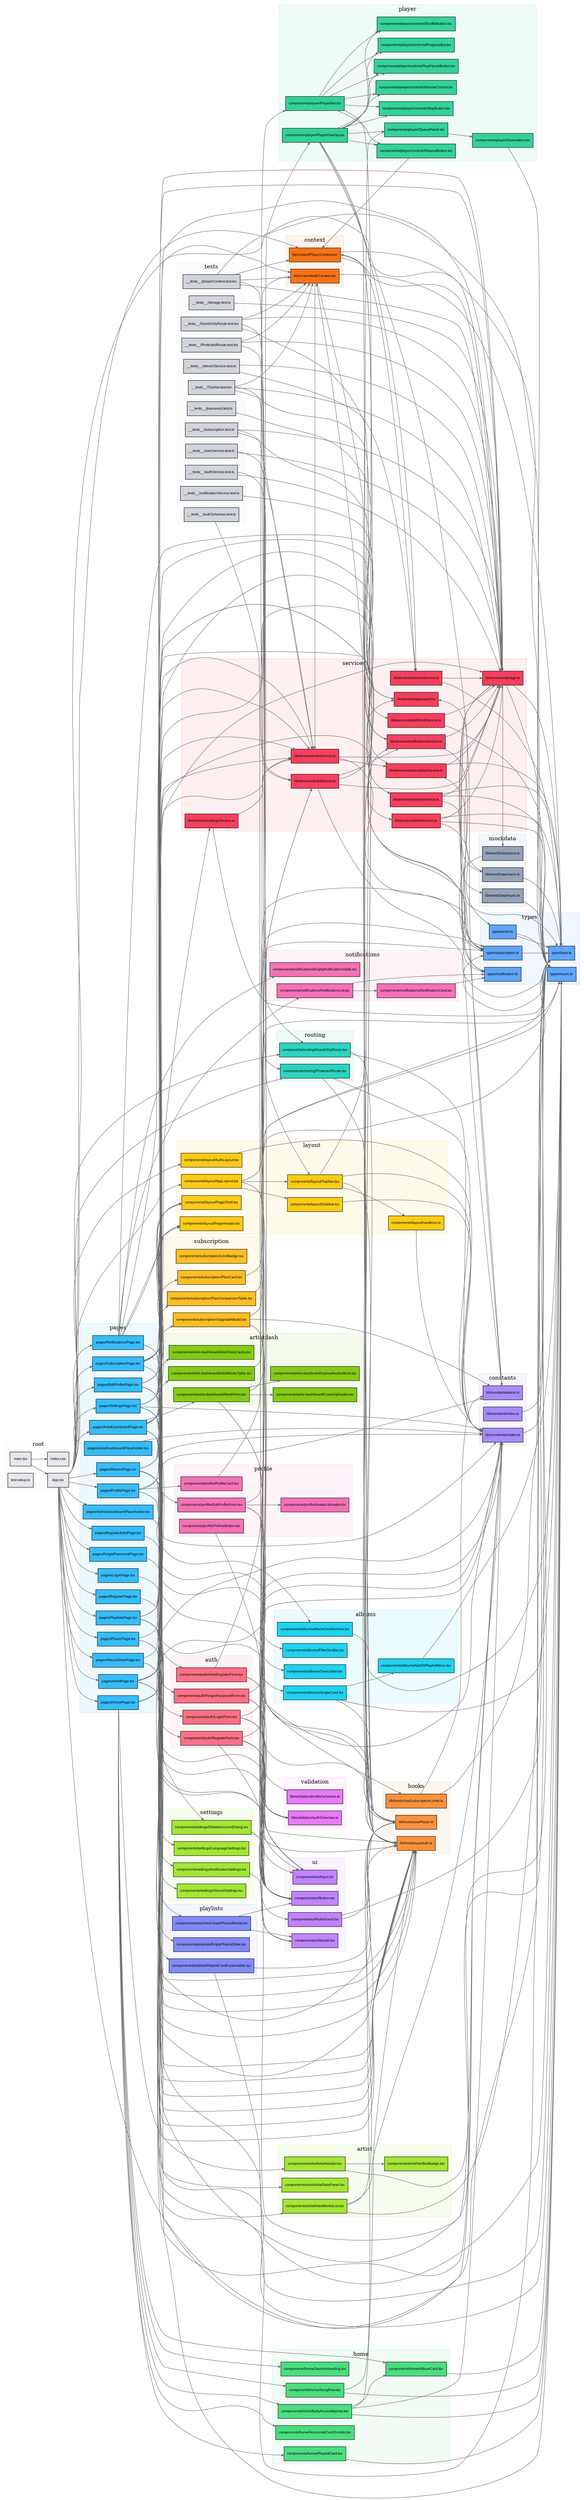
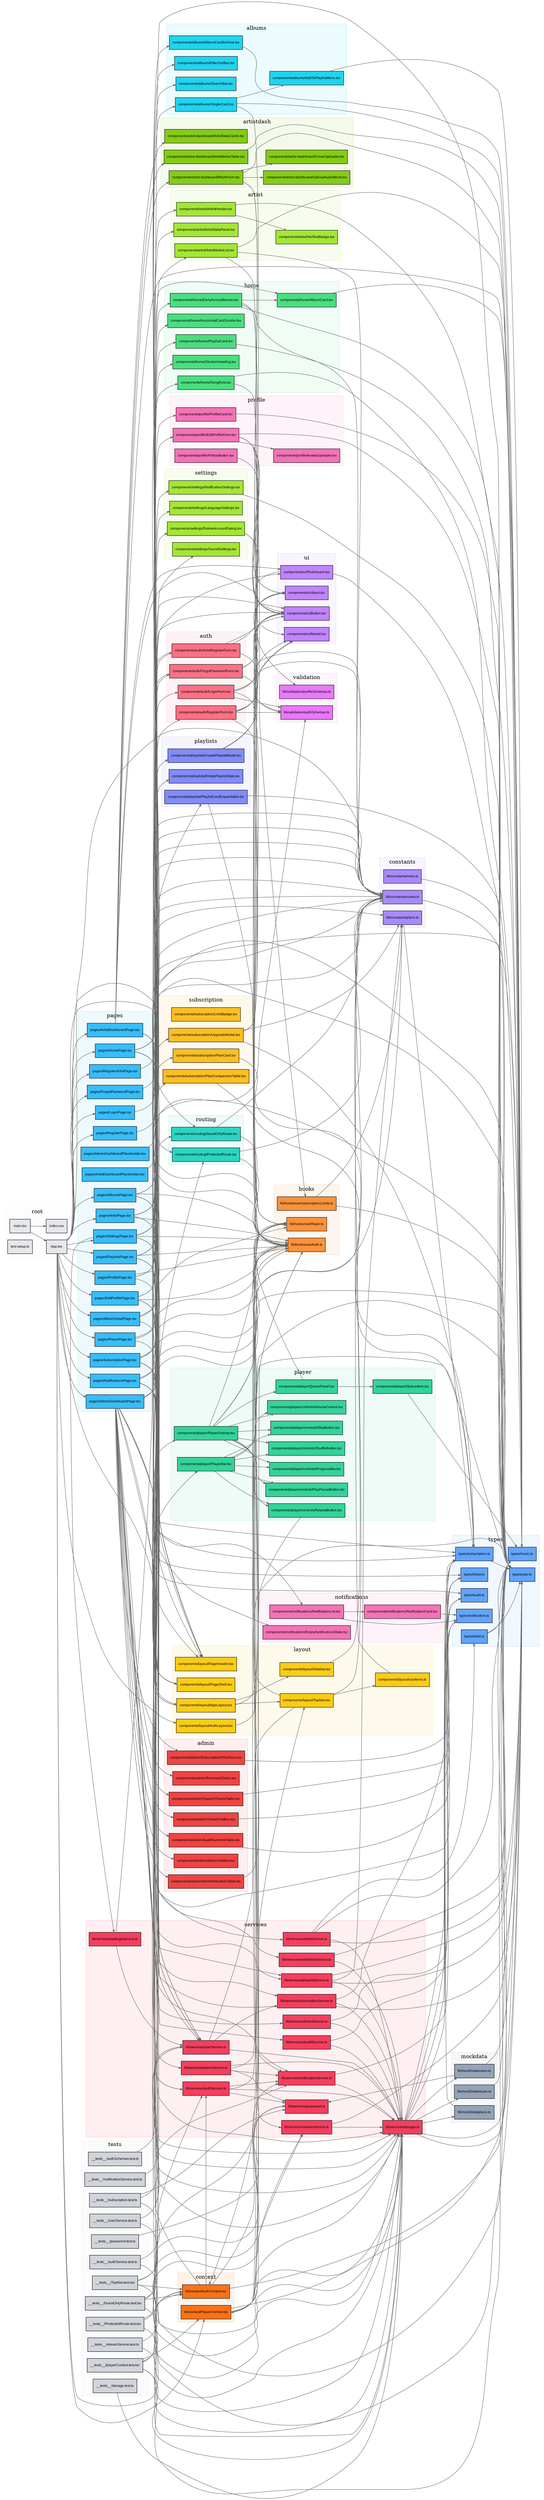
digraph G {
  rankdir=LR;
  node [shape=box, style=filled, fontname="Arial", fontsize=9];
  edge [color="#666666", arrowsize=0.6];
  compound=true;

  subgraph cluster_root {
    label="root";
    style=filled;
    color="#e5e7eb40";
    fillcolor="#e5e7eb15";
    "App.tsx" [fillcolor="#e5e7eb"];
    "index.css" [fillcolor="#e5e7eb"];
    "main.tsx" [fillcolor="#e5e7eb"];
    "test-setup.ts" [fillcolor="#e5e7eb"];
  }

  subgraph cluster_tests {
    label="tests";
    style=filled;
    color="#d1d5db40";
    fillcolor="#d1d5db15";
    "__tests__/GuestOnlyRoute.test.tsx" [fillcolor="#d1d5db"];
    "__tests__/ProtectedRoute.test.tsx" [fillcolor="#d1d5db"];
    "__tests__/TopNav.test.tsx" [fillcolor="#d1d5db"];
    "__tests__/authSchemas.test.ts" [fillcolor="#d1d5db"];
    "__tests__/authService.test.ts" [fillcolor="#d1d5db"];
    "__tests__/notificationService.test.ts" [fillcolor="#d1d5db"];
    "__tests__/password.test.ts" [fillcolor="#d1d5db"];
    "__tests__/playerContext.test.tsx" [fillcolor="#d1d5db"];
    "__tests__/storage.test.ts" [fillcolor="#d1d5db"];
    "__tests__/streamService.test.ts" [fillcolor="#d1d5db"];
    "__tests__/subscription.test.ts" [fillcolor="#d1d5db"];
    "__tests__/userService.test.ts" [fillcolor="#d1d5db"];
  }

+   subgraph cluster_admin {
+     label="admin";
+     style=filled;
+     color="#ef444440";
+     fillcolor="#ef444415";
+     "components/admin/AdminSidebar.tsx" [fillcolor="#ef4444"];
+     "components/admin/ArtistVerificationTable.tsx" [fillcolor="#ef4444"];
+     "components/admin/AuditPaymentsTable.tsx" [fillcolor="#ef4444"];
+     "components/admin/RevenueCharts.tsx" [fillcolor="#ef4444"];
+     "components/admin/SubscriptionPriceForm.tsx" [fillcolor="#ef4444"];
+     "components/admin/SupportTicketsTable.tsx" [fillcolor="#ef4444"];
+     "components/admin/TicketChatBox.tsx" [fillcolor="#ef4444"];
+   }
+ 
  subgraph cluster_albums {
    label="albums";
    style=filled;
    color="#22d3ee40";
    fillcolor="#22d3ee15";
    "components/albums/AddToPlaylistMenu.tsx" [fillcolor="#22d3ee"];
    "components/albums/AlbumCardArchive.tsx" [fillcolor="#22d3ee"];
    "components/albums/FilterSortBar.tsx" [fillcolor="#22d3ee"];
    "components/albums/SearchBar.tsx" [fillcolor="#22d3ee"];
    "components/albums/SingleCard.tsx" [fillcolor="#22d3ee"];
  }

  subgraph cluster_artistdash {
    label="artistdash";
    style=filled;
    color="#84cc1640";
    fillcolor="#84cc1615";
    "components/artist-dashboard/ArtistStatsCards.tsx" [fillcolor="#84cc16"];
    "components/artist-dashboard/ArtistWorksTable.tsx" [fillcolor="#84cc16"];
    "components/artist-dashboard/CoverUploader.tsx" [fillcolor="#84cc16"];
    "components/artist-dashboard/UploadAudioMock.tsx" [fillcolor="#84cc16"];
    "components/artist-dashboard/WorkForm.tsx" [fillcolor="#84cc16"];
  }

  subgraph cluster_artist {
    label="artist";
    style=filled;
    color="#a3e63540";
    fillcolor="#a3e63515";
    "components/artist/ArtistHeader.tsx" [fillcolor="#a3e635"];
    "components/artist/ArtistStatsPanel.tsx" [fillcolor="#a3e635"];
    "components/artist/ArtistWorksList.tsx" [fillcolor="#a3e635"];
    "components/artist/VerifiedBadge.tsx" [fillcolor="#a3e635"];
  }

  subgraph cluster_auth {
    label="auth";
    style=filled;
    color="#fb718540";
    fillcolor="#fb718515";
    "components/auth/ArtistRegisterForm.tsx" [fillcolor="#fb7185"];
    "components/auth/ForgotPasswordForm.tsx" [fillcolor="#fb7185"];
    "components/auth/LoginForm.tsx" [fillcolor="#fb7185"];
    "components/auth/RegisterForm.tsx" [fillcolor="#fb7185"];
  }

  subgraph cluster_home {
    label="home";
    style=filled;
    color="#4ade8040";
    fillcolor="#4ade8015";
    "components/home/AlbumCard.tsx" [fillcolor="#4ade80"];
    "components/home/EarlyAccessBanner.tsx" [fillcolor="#4ade80"];
    "components/home/HorizontalCardScroller.tsx" [fillcolor="#4ade80"];
    "components/home/PlaylistCard.tsx" [fillcolor="#4ade80"];
    "components/home/SectionHeading.tsx" [fillcolor="#4ade80"];
    "components/home/SongRow.tsx" [fillcolor="#4ade80"];
  }

  subgraph cluster_layout {
    label="layout";
    style=filled;
    color="#facc1540";
    fillcolor="#facc1515";
    "components/layout/AppLayout.tsx" [fillcolor="#facc15"];
    "components/layout/AuthLayout.tsx" [fillcolor="#facc15"];
    "components/layout/PageHeader.tsx" [fillcolor="#facc15"];
    "components/layout/PageShell.tsx" [fillcolor="#facc15"];
    "components/layout/Sidebar.tsx" [fillcolor="#facc15"];
    "components/layout/TopNav.tsx" [fillcolor="#facc15"];
    "components/layout/navItems.ts" [fillcolor="#facc15"];
  }

  subgraph cluster_notifications {
    label="notifications";
    style=filled;
    color="#f472b640";
    fillcolor="#f472b615";
    "components/notifications/EmptyNotificationsState.tsx" [fillcolor="#f472b6"];
    "components/notifications/NotificationCard.tsx" [fillcolor="#f472b6"];
    "components/notifications/NotificationList.tsx" [fillcolor="#f472b6"];
  }

  subgraph cluster_player {
    label="player";
    style=filled;
    color="#34d39940";
    fillcolor="#34d39915";
    "components/player/PlayerBar.tsx" [fillcolor="#34d399"];
    "components/player/PlayerOverlay.tsx" [fillcolor="#34d399"];
    "components/player/QueueItem.tsx" [fillcolor="#34d399"];
    "components/player/QueuePanel.tsx" [fillcolor="#34d399"];
    "components/player/controls/PlayPauseButton.tsx" [fillcolor="#34d399"];
    "components/player/controls/ProgressBar.tsx" [fillcolor="#34d399"];
    "components/player/controls/RepeatButton.tsx" [fillcolor="#34d399"];
    "components/player/controls/ShuffleButton.tsx" [fillcolor="#34d399"];
    "components/player/controls/SkipButton.tsx" [fillcolor="#34d399"];
    "components/player/controls/VolumeControl.tsx" [fillcolor="#34d399"];
  }

  subgraph cluster_playlists {
    label="playlists";
    style=filled;
    color="#818cf840";
    fillcolor="#818cf815";
    "components/playlists/CreatePlaylistModal.tsx" [fillcolor="#818cf8"];
    "components/playlists/EmptyPlaylistState.tsx" [fillcolor="#818cf8"];
    "components/playlists/PlaylistCardExpandable.tsx" [fillcolor="#818cf8"];
  }

  subgraph cluster_profile {
    label="profile";
    style=filled;
    color="#f472b640";
    fillcolor="#f472b615";
    "components/profile/AvatarUploader.tsx" [fillcolor="#f472b6"];
    "components/profile/EditProfileForm.tsx" [fillcolor="#f472b6"];
    "components/profile/FollowButton.tsx" [fillcolor="#f472b6"];
    "components/profile/ProfileCard.tsx" [fillcolor="#f472b6"];
  }

  subgraph cluster_routing {
    label="routing";
    style=filled;
    color="#2dd4bf40";
    fillcolor="#2dd4bf15";
    "components/routing/GuestOnlyRoute.tsx" [fillcolor="#2dd4bf"];
    "components/routing/ProtectedRoute.tsx" [fillcolor="#2dd4bf"];
  }

  subgraph cluster_settings {
    label="settings";
    style=filled;
    color="#a3e63540";
    fillcolor="#a3e63515";
    "components/settings/DeleteAccountDialog.tsx" [fillcolor="#a3e635"];
    "components/settings/LanguageSettings.tsx" [fillcolor="#a3e635"];
    "components/settings/NotificationSettings.tsx" [fillcolor="#a3e635"];
    "components/settings/SoundSettings.tsx" [fillcolor="#a3e635"];
  }

  subgraph cluster_subscription {
    label="subscription";
    style=filled;
    color="#fbbf2440";
    fillcolor="#fbbf2415";
    "components/subscription/LimitBadge.tsx" [fillcolor="#fbbf24"];
    "components/subscription/PlanCard.tsx" [fillcolor="#fbbf24"];
    "components/subscription/PlanComparisonTable.tsx" [fillcolor="#fbbf24"];
    "components/subscription/UpgradeModal.tsx" [fillcolor="#fbbf24"];
  }

  subgraph cluster_ui {
    label="ui";
    style=filled;
    color="#c084fc40";
    fillcolor="#c084fc15";
    "components/ui/Button.tsx" [fillcolor="#c084fc"];
    "components/ui/Input.tsx" [fillcolor="#c084fc"];
    "components/ui/Modal.tsx" [fillcolor="#c084fc"];
    "components/ui/RoleGuard.tsx" [fillcolor="#c084fc"];
  }

  subgraph cluster_constants {
    label="constants";
    style=filled;
    color="#a78bfa40";
    fillcolor="#a78bfa15";
    "lib/constants/plans.ts" [fillcolor="#a78bfa"];
    "lib/constants/roles.ts" [fillcolor="#a78bfa"];
    "lib/constants/routes.ts" [fillcolor="#a78bfa"];
  }

  subgraph cluster_context {
    label="context";
    style=filled;
    color="#f9731640";
    fillcolor="#f9731615";
    "lib/context/AuthContext.tsx" [fillcolor="#f97316"];
    "lib/context/PlayerContext.tsx" [fillcolor="#f97316"];
  }

  subgraph cluster_hooks {
    label="hooks";
    style=filled;
    color="#fb923c40";
    fillcolor="#fb923c15";
    "lib/hooks/useAuth.ts" [fillcolor="#fb923c"];
    "lib/hooks/usePlayer.ts" [fillcolor="#fb923c"];
    "lib/hooks/useSubscriptionLimits.ts" [fillcolor="#fb923c"];
  }

  subgraph cluster_mockdata {
    label="mockdata";
    style=filled;
    color="#94a3b840";
    fillcolor="#94a3b815";
    "lib/mockData/music.ts" [fillcolor="#94a3b8"];
    "lib/mockData/plans.ts" [fillcolor="#94a3b8"];
    "lib/mockData/users.ts" [fillcolor="#94a3b8"];
  }

  subgraph cluster_services {
    label="services";
    style=filled;
    color="#f43f5e40";
    fillcolor="#f43f5e15";
+     "lib/services/adminService.ts" [fillcolor="#f43f5e"];
    "lib/services/artistService.ts" [fillcolor="#f43f5e"];
    "lib/services/artistWorkService.ts" [fillcolor="#f43f5e"];
+     "lib/services/auditService.ts" [fillcolor="#f43f5e"];
    "lib/services/authService.ts" [fillcolor="#f43f5e"];
    "lib/services/notificationService.ts" [fillcolor="#f43f5e"];
    "lib/services/password.ts" [fillcolor="#f43f5e"];
    "lib/services/playlistService.ts" [fillcolor="#f43f5e"];
    "lib/services/settingsService.ts" [fillcolor="#f43f5e"];
    "lib/services/storage.ts" [fillcolor="#f43f5e"];
    "lib/services/streamService.ts" [fillcolor="#f43f5e"];
    "lib/services/subscriptionService.ts" [fillcolor="#f43f5e"];
+     "lib/services/ticketService.ts" [fillcolor="#f43f5e"];
    "lib/services/userService.ts" [fillcolor="#f43f5e"];
  }

  subgraph cluster_validation {
    label="validation";
    style=filled;
    color="#e879f940";
    fillcolor="#e879f915";
    "lib/validation/authSchemas.ts" [fillcolor="#e879f9"];
    "lib/validation/profileSchemas.ts" [fillcolor="#e879f9"];
  }

  subgraph cluster_pages {
    label="pages";
    style=filled;
    color="#38bdf840";
    fillcolor="#38bdf815";
+     "pages/AdminDashboardPage.tsx" [fillcolor="#38bdf8"];
    "pages/AdminDashboardPlaceholder.tsx" [fillcolor="#38bdf8"];
    "pages/AlbumDetailPage.tsx" [fillcolor="#38bdf8"];
    "pages/AlbumsPage.tsx" [fillcolor="#38bdf8"];
    "pages/ArtistDashboardPage.tsx" [fillcolor="#38bdf8"];
    "pages/ArtistDashboardPlaceholder.tsx" [fillcolor="#38bdf8"];
    "pages/ArtistPage.tsx" [fillcolor="#38bdf8"];
    "pages/EditProfilePage.tsx" [fillcolor="#38bdf8"];
    "pages/ForgotPasswordPage.tsx" [fillcolor="#38bdf8"];
    "pages/HomePage.tsx" [fillcolor="#38bdf8"];
    "pages/LoginPage.tsx" [fillcolor="#38bdf8"];
    "pages/NotificationsPage.tsx" [fillcolor="#38bdf8"];
    "pages/PlayerPage.tsx" [fillcolor="#38bdf8"];
    "pages/PlaylistsPage.tsx" [fillcolor="#38bdf8"];
    "pages/ProfilePage.tsx" [fillcolor="#38bdf8"];
    "pages/RegisterArtistPage.tsx" [fillcolor="#38bdf8"];
    "pages/RegisterPage.tsx" [fillcolor="#38bdf8"];
    "pages/SettingsPage.tsx" [fillcolor="#38bdf8"];
    "pages/SubscriptionPage.tsx" [fillcolor="#38bdf8"];
  }

  subgraph cluster_types {
    label="types";
    style=filled;
    color="#60a5fa40";
    fillcolor="#60a5fa15";
    "types/artist.ts" [fillcolor="#60a5fa"];
+     "types/audit.ts" [fillcolor="#60a5fa"];
    "types/music.ts" [fillcolor="#60a5fa"];
    "types/notification.ts" [fillcolor="#60a5fa"];
    "types/subscription.ts" [fillcolor="#60a5fa"];
+     "types/ticket.ts" [fillcolor="#60a5fa"];
    "types/user.ts" [fillcolor="#60a5fa"];
  }

  "App.tsx" -> "components/layout/AppLayout.tsx";
  "App.tsx" -> "components/layout/AuthLayout.tsx";
  "App.tsx" -> "components/routing/GuestOnlyRoute.tsx";
  "App.tsx" -> "components/routing/ProtectedRoute.tsx";
  "App.tsx" -> "lib/constants/routes.ts";
  "App.tsx" -> "lib/context/AuthContext.tsx";
  "App.tsx" -> "lib/context/PlayerContext.tsx";
-   "App.tsx" -> "pages/AdminDashboardPlaceholder.tsx";
+   "App.tsx" -> "pages/AdminDashboardPage.tsx";
  "App.tsx" -> "pages/AlbumDetailPage.tsx";
  "App.tsx" -> "pages/AlbumsPage.tsx";
  "App.tsx" -> "pages/ArtistDashboardPage.tsx";
  "App.tsx" -> "pages/ArtistPage.tsx";
  "App.tsx" -> "pages/EditProfilePage.tsx";
  "App.tsx" -> "pages/ForgotPasswordPage.tsx";
  "App.tsx" -> "pages/HomePage.tsx";
  "App.tsx" -> "pages/LoginPage.tsx";
  "App.tsx" -> "pages/NotificationsPage.tsx";
  "App.tsx" -> "pages/PlayerPage.tsx";
  "App.tsx" -> "pages/PlaylistsPage.tsx";
  "App.tsx" -> "pages/ProfilePage.tsx";
  "App.tsx" -> "pages/RegisterArtistPage.tsx";
  "App.tsx" -> "pages/RegisterPage.tsx";
  "App.tsx" -> "pages/SettingsPage.tsx";
  "App.tsx" -> "pages/SubscriptionPage.tsx";
  "__tests__/GuestOnlyRoute.test.tsx" -> "components/routing/GuestOnlyRoute.tsx";
  "__tests__/GuestOnlyRoute.test.tsx" -> "lib/context/AuthContext.tsx";
  "__tests__/GuestOnlyRoute.test.tsx" -> "lib/services/password.ts";
  "__tests__/GuestOnlyRoute.test.tsx" -> "lib/services/storage.ts";
  "__tests__/ProtectedRoute.test.tsx" -> "components/routing/ProtectedRoute.tsx";
  "__tests__/ProtectedRoute.test.tsx" -> "lib/context/AuthContext.tsx";
  "__tests__/ProtectedRoute.test.tsx" -> "lib/services/storage.ts";
  "__tests__/TopNav.test.tsx" -> "components/layout/TopNav.tsx";
  "__tests__/TopNav.test.tsx" -> "lib/context/AuthContext.tsx";
  "__tests__/TopNav.test.tsx" -> "lib/services/password.ts";
  "__tests__/TopNav.test.tsx" -> "lib/services/storage.ts";
  "__tests__/authSchemas.test.ts" -> "lib/validation/authSchemas.ts";
  "__tests__/authService.test.ts" -> "lib/services/authService.ts";
  "__tests__/authService.test.ts" -> "lib/services/storage.ts";
  "__tests__/notificationService.test.ts" -> "lib/services/notificationService.ts";
  "__tests__/password.test.ts" -> "lib/services/password.ts";
  "__tests__/playerContext.test.tsx" -> "lib/context/AuthContext.tsx";
  "__tests__/playerContext.test.tsx" -> "lib/context/PlayerContext.tsx";
  "__tests__/playerContext.test.tsx" -> "lib/hooks/useAuth.ts";
  "__tests__/playerContext.test.tsx" -> "lib/services/storage.ts";
  "__tests__/playerContext.test.tsx" -> "types/music.ts";
  "__tests__/storage.test.ts" -> "lib/services/storage.ts";
  "__tests__/streamService.test.ts" -> "lib/services/storage.ts";
  "__tests__/streamService.test.ts" -> "lib/services/streamService.ts";
  "__tests__/subscription.test.ts" -> "lib/services/password.ts";
  "__tests__/subscription.test.ts" -> "lib/services/storage.ts";
  "__tests__/subscription.test.ts" -> "lib/services/userService.ts";
  "__tests__/userService.test.ts" -> "lib/services/storage.ts";
  "__tests__/userService.test.ts" -> "lib/services/userService.ts";
+   "components/admin/ArtistVerificationTable.tsx" -> "types/user.ts";
+   "components/admin/AuditPaymentsTable.tsx" -> "types/audit.ts";
+   "components/admin/SubscriptionPriceForm.tsx" -> "types/subscription.ts";
+   "components/admin/SupportTicketsTable.tsx" -> "types/ticket.ts";
+   "components/admin/TicketChatBox.tsx" -> "types/ticket.ts";
  "components/albums/AddToPlaylistMenu.tsx" -> "types/music.ts";
  "components/albums/AlbumCardArchive.tsx" -> "types/music.ts";
  "components/albums/SingleCard.tsx" -> "components/albums/AddToPlaylistMenu.tsx";
  "components/albums/SingleCard.tsx" -> "lib/hooks/usePlayer.ts";
  "components/albums/SingleCard.tsx" -> "types/music.ts";
  "components/artist-dashboard/ArtistWorksTable.tsx" -> "types/music.ts";
  "components/artist-dashboard/WorkForm.tsx" -> "components/artist-dashboard/CoverUploader.tsx";
  "components/artist-dashboard/WorkForm.tsx" -> "components/artist-dashboard/UploadAudioMock.tsx";
  "components/artist-dashboard/WorkForm.tsx" -> "components/ui/Button.tsx";
  "components/artist-dashboard/WorkForm.tsx" -> "components/ui/Input.tsx";
  "components/artist-dashboard/WorkForm.tsx" -> "types/music.ts";
  "components/artist/ArtistHeader.tsx" -> "components/artist/VerifiedBadge.tsx";
  "components/artist/ArtistHeader.tsx" -> "types/user.ts";
  "components/artist/ArtistWorksList.tsx" -> "lib/constants/routes.ts";
  "components/artist/ArtistWorksList.tsx" -> "lib/hooks/usePlayer.ts";
  "components/artist/ArtistWorksList.tsx" -> "types/music.ts";
  "components/auth/ArtistRegisterForm.tsx" -> "components/ui/Button.tsx";
  "components/auth/ArtistRegisterForm.tsx" -> "components/ui/Input.tsx";
  "components/auth/ArtistRegisterForm.tsx" -> "lib/services/authService.ts";
  "components/auth/ArtistRegisterForm.tsx" -> "lib/validation/authSchemas.ts";
  "components/auth/ForgotPasswordForm.tsx" -> "components/ui/Button.tsx";
  "components/auth/ForgotPasswordForm.tsx" -> "components/ui/Input.tsx";
  "components/auth/ForgotPasswordForm.tsx" -> "lib/services/authService.ts";
  "components/auth/ForgotPasswordForm.tsx" -> "lib/validation/authSchemas.ts";
  "components/auth/LoginForm.tsx" -> "components/ui/Button.tsx";
  "components/auth/LoginForm.tsx" -> "components/ui/Input.tsx";
  "components/auth/LoginForm.tsx" -> "lib/constants/routes.ts";
  "components/auth/LoginForm.tsx" -> "lib/hooks/useAuth.ts";
  "components/auth/LoginForm.tsx" -> "lib/validation/authSchemas.ts";
  "components/auth/RegisterForm.tsx" -> "components/ui/Button.tsx";
  "components/auth/RegisterForm.tsx" -> "components/ui/Input.tsx";
  "components/auth/RegisterForm.tsx" -> "components/ui/Modal.tsx";
  "components/auth/RegisterForm.tsx" -> "lib/constants/routes.ts";
  "components/auth/RegisterForm.tsx" -> "lib/hooks/useAuth.ts";
  "components/auth/RegisterForm.tsx" -> "lib/validation/authSchemas.ts";
  "components/home/AlbumCard.tsx" -> "types/music.ts";
  "components/home/EarlyAccessBanner.tsx" -> "components/home/AlbumCard.tsx";
  "components/home/EarlyAccessBanner.tsx" -> "lib/constants/routes.ts";
  "components/home/EarlyAccessBanner.tsx" -> "lib/hooks/useAuth.ts";
  "components/home/EarlyAccessBanner.tsx" -> "types/music.ts";
  "components/home/PlaylistCard.tsx" -> "types/music.ts";
  "components/home/SongRow.tsx" -> "lib/hooks/usePlayer.ts";
  "components/home/SongRow.tsx" -> "types/music.ts";
  "components/layout/AppLayout.tsx" -> "components/layout/Sidebar.tsx";
  "components/layout/AppLayout.tsx" -> "components/layout/TopNav.tsx";
  "components/layout/AppLayout.tsx" -> "components/player/PlayerBar.tsx";
  "components/layout/AppLayout.tsx" -> "components/player/PlayerOverlay.tsx";
  "components/layout/AppLayout.tsx" -> "lib/hooks/useAuth.ts";
  "components/layout/AppLayout.tsx" -> "lib/hooks/usePlayer.ts";
  "components/layout/AuthLayout.tsx" -> "lib/constants/routes.ts";
  "components/layout/Sidebar.tsx" -> "lib/constants/routes.ts";
  "components/layout/TopNav.tsx" -> "components/layout/navItems.ts";
  "components/layout/TopNav.tsx" -> "lib/constants/routes.ts";
  "components/layout/TopNav.tsx" -> "lib/hooks/useAuth.ts";
  "components/layout/TopNav.tsx" -> "lib/services/notificationService.ts";
  "components/layout/navItems.ts" -> "lib/constants/routes.ts";
  "components/notifications/NotificationCard.tsx" -> "types/notification.ts";
  "components/notifications/NotificationList.tsx" -> "components/notifications/NotificationCard.tsx";
  "components/notifications/NotificationList.tsx" -> "types/notification.ts";
  "components/player/PlayerBar.tsx" -> "components/player/controls/PlayPauseButton.tsx";
  "components/player/PlayerBar.tsx" -> "components/player/controls/ProgressBar.tsx";
  "components/player/PlayerBar.tsx" -> "components/player/controls/RepeatButton.tsx";
  "components/player/PlayerBar.tsx" -> "components/player/controls/ShuffleButton.tsx";
  "components/player/PlayerBar.tsx" -> "components/player/controls/SkipButton.tsx";
  "components/player/PlayerBar.tsx" -> "components/player/controls/VolumeControl.tsx";
  "components/player/PlayerBar.tsx" -> "lib/hooks/usePlayer.ts";
  "components/player/PlayerOverlay.tsx" -> "components/player/QueuePanel.tsx";
  "components/player/PlayerOverlay.tsx" -> "components/player/controls/PlayPauseButton.tsx";
  "components/player/PlayerOverlay.tsx" -> "components/player/controls/ProgressBar.tsx";
  "components/player/PlayerOverlay.tsx" -> "components/player/controls/RepeatButton.tsx";
  "components/player/PlayerOverlay.tsx" -> "components/player/controls/ShuffleButton.tsx";
  "components/player/PlayerOverlay.tsx" -> "components/player/controls/SkipButton.tsx";
  "components/player/PlayerOverlay.tsx" -> "components/player/controls/VolumeControl.tsx";
  "components/player/PlayerOverlay.tsx" -> "lib/constants/plans.ts";
  "components/player/PlayerOverlay.tsx" -> "lib/hooks/useAuth.ts";
  "components/player/PlayerOverlay.tsx" -> "lib/hooks/usePlayer.ts";
  "components/player/PlayerOverlay.tsx" -> "lib/services/streamService.ts";
  "components/player/QueueItem.tsx" -> "types/music.ts";
  "components/player/QueuePanel.tsx" -> "components/player/QueueItem.tsx";
  "components/player/QueuePanel.tsx" -> "lib/hooks/usePlayer.ts";
  "components/player/controls/RepeatButton.tsx" -> "lib/context/PlayerContext.tsx";
  "components/playlists/CreatePlaylistModal.tsx" -> "components/ui/Button.tsx";
  "components/playlists/CreatePlaylistModal.tsx" -> "components/ui/Modal.tsx";
  "components/playlists/PlaylistCardExpandable.tsx" -> "lib/hooks/usePlayer.ts";
  "components/playlists/PlaylistCardExpandable.tsx" -> "types/music.ts";
  "components/profile/EditProfileForm.tsx" -> "components/profile/AvatarUploader.tsx";
  "components/profile/EditProfileForm.tsx" -> "components/ui/Button.tsx";
  "components/profile/EditProfileForm.tsx" -> "components/ui/Input.tsx";
  "components/profile/EditProfileForm.tsx" -> "lib/hooks/useSubscriptionLimits.ts";
  "components/profile/EditProfileForm.tsx" -> "lib/validation/profileSchemas.ts";
  "components/profile/EditProfileForm.tsx" -> "types/user.ts";
  "components/profile/FollowButton.tsx" -> "components/ui/Button.tsx";
  "components/profile/ProfileCard.tsx" -> "types/user.ts";
  "components/routing/GuestOnlyRoute.tsx" -> "lib/constants/routes.ts";
  "components/routing/GuestOnlyRoute.tsx" -> "lib/hooks/useAuth.ts";
  "components/routing/ProtectedRoute.tsx" -> "lib/constants/routes.ts";
  "components/routing/ProtectedRoute.tsx" -> "lib/hooks/useAuth.ts";
  "components/settings/DeleteAccountDialog.tsx" -> "components/ui/Button.tsx";
  "components/settings/DeleteAccountDialog.tsx" -> "components/ui/Modal.tsx";
  "components/settings/NotificationSettings.tsx" -> "types/user.ts";
  "components/subscription/PlanCard.tsx" -> "types/subscription.ts";
  "components/subscription/PlanComparisonTable.tsx" -> "types/subscription.ts";
  "components/subscription/UpgradeModal.tsx" -> "components/ui/Button.tsx";
  "components/subscription/UpgradeModal.tsx" -> "components/ui/Modal.tsx";
  "components/subscription/UpgradeModal.tsx" -> "lib/constants/plans.ts";
  "components/subscription/UpgradeModal.tsx" -> "types/subscription.ts";
  "components/ui/RoleGuard.tsx" -> "lib/hooks/useAuth.ts";
  "components/ui/RoleGuard.tsx" -> "types/user.ts";
  "lib/constants/plans.ts" -> "types/subscription.ts";
  "lib/constants/roles.ts" -> "types/user.ts";
  "lib/constants/routes.ts" -> "types/user.ts";
  "lib/context/AuthContext.tsx" -> "lib/services/authService.ts";
  "lib/context/AuthContext.tsx" -> "lib/services/notificationService.ts";
  "lib/context/AuthContext.tsx" -> "lib/services/userService.ts";
  "lib/context/AuthContext.tsx" -> "types/user.ts";
  "lib/context/PlayerContext.tsx" -> "lib/hooks/useAuth.ts";
  "lib/context/PlayerContext.tsx" -> "lib/services/storage.ts";
  "lib/context/PlayerContext.tsx" -> "lib/services/streamService.ts";
  "lib/context/PlayerContext.tsx" -> "types/music.ts";
  "lib/hooks/useAuth.ts" -> "lib/context/AuthContext.tsx";
  "lib/hooks/usePlayer.ts" -> "lib/context/PlayerContext.tsx";
  "lib/hooks/useSubscriptionLimits.ts" -> "lib/constants/plans.ts";
  "lib/hooks/useSubscriptionLimits.ts" -> "types/user.ts";
  "lib/mockData/music.ts" -> "types/music.ts";
  "lib/mockData/plans.ts" -> "types/subscription.ts";
  "lib/mockData/users.ts" -> "lib/services/password.ts";
  "lib/mockData/users.ts" -> "types/user.ts";
+   "lib/services/adminService.ts" -> "lib/services/notificationService.ts";
+   "lib/services/adminService.ts" -> "lib/services/password.ts";
+   "lib/services/adminService.ts" -> "lib/services/storage.ts";
+   "lib/services/adminService.ts" -> "types/user.ts";
  "lib/services/artistService.ts" -> "lib/services/storage.ts";
  "lib/services/artistService.ts" -> "types/artist.ts";
  "lib/services/artistService.ts" -> "types/music.ts";
  "lib/services/artistService.ts" -> "types/user.ts";
  "lib/services/artistWorkService.ts" -> "lib/services/storage.ts";
  "lib/services/artistWorkService.ts" -> "types/music.ts";
+   "lib/services/auditService.ts" -> "lib/services/storage.ts";
+   "lib/services/auditService.ts" -> "types/audit.ts";
  "lib/services/authService.ts" -> "lib/services/notificationService.ts";
  "lib/services/authService.ts" -> "lib/services/password.ts";
  "lib/services/authService.ts" -> "lib/services/storage.ts";
  "lib/services/authService.ts" -> "types/user.ts";
  "lib/services/notificationService.ts" -> "lib/services/storage.ts";
  "lib/services/notificationService.ts" -> "types/notification.ts";
  "lib/services/playlistService.ts" -> "lib/constants/plans.ts";
  "lib/services/playlistService.ts" -> "lib/services/storage.ts";
  "lib/services/playlistService.ts" -> "types/music.ts";
  "lib/services/playlistService.ts" -> "types/user.ts";
  "lib/services/settingsService.ts" -> "lib/services/userService.ts";
  "lib/services/settingsService.ts" -> "types/user.ts";
  "lib/services/storage.ts" -> "lib/mockData/music.ts";
  "lib/services/storage.ts" -> "lib/mockData/plans.ts";
  "lib/services/storage.ts" -> "lib/mockData/users.ts";
+   "lib/services/storage.ts" -> "types/audit.ts";
  "lib/services/storage.ts" -> "types/music.ts";
  "lib/services/storage.ts" -> "types/notification.ts";
  "lib/services/storage.ts" -> "types/subscription.ts";
+   "lib/services/storage.ts" -> "types/ticket.ts";
  "lib/services/storage.ts" -> "types/user.ts";
  "lib/services/streamService.ts" -> "lib/services/storage.ts";
  "lib/services/streamService.ts" -> "types/user.ts";
  "lib/services/subscriptionService.ts" -> "lib/services/storage.ts";
  "lib/services/subscriptionService.ts" -> "types/subscription.ts";
  "lib/services/subscriptionService.ts" -> "types/user.ts";
+   "lib/services/ticketService.ts" -> "lib/services/storage.ts";
+   "lib/services/ticketService.ts" -> "types/ticket.ts";
  "lib/services/userService.ts" -> "lib/services/storage.ts";
  "lib/services/userService.ts" -> "lib/services/subscriptionService.ts";
  "lib/services/userService.ts" -> "types/user.ts";
  "main.tsx" -> "App.tsx";
  "main.tsx" -> "index.css";
+   "pages/AdminDashboardPage.tsx" -> "components/admin/AdminSidebar.tsx";
+   "pages/AdminDashboardPage.tsx" -> "components/admin/ArtistVerificationTable.tsx";
+   "pages/AdminDashboardPage.tsx" -> "components/admin/AuditPaymentsTable.tsx";
+   "pages/AdminDashboardPage.tsx" -> "components/admin/RevenueCharts.tsx";
+   "pages/AdminDashboardPage.tsx" -> "components/admin/SubscriptionPriceForm.tsx";
+   "pages/AdminDashboardPage.tsx" -> "components/admin/SupportTicketsTable.tsx";
+   "pages/AdminDashboardPage.tsx" -> "components/admin/TicketChatBox.tsx";
+   "pages/AdminDashboardPage.tsx" -> "components/layout/PageHeader.tsx";
+   "pages/AdminDashboardPage.tsx" -> "components/layout/PageShell.tsx";
+   "pages/AdminDashboardPage.tsx" -> "components/ui/RoleGuard.tsx";
+   "pages/AdminDashboardPage.tsx" -> "lib/hooks/useAuth.ts";
+   "pages/AdminDashboardPage.tsx" -> "lib/services/adminService.ts";
+   "pages/AdminDashboardPage.tsx" -> "lib/services/auditService.ts";
+   "pages/AdminDashboardPage.tsx" -> "lib/services/subscriptionService.ts";
+   "pages/AdminDashboardPage.tsx" -> "lib/services/ticketService.ts";
+   "pages/AdminDashboardPage.tsx" -> "types/audit.ts";
+   "pages/AdminDashboardPage.tsx" -> "types/subscription.ts";
+   "pages/AdminDashboardPage.tsx" -> "types/ticket.ts";
+   "pages/AdminDashboardPage.tsx" -> "types/user.ts";
  "pages/AdminDashboardPlaceholder.tsx" -> "lib/constants/routes.ts";
  "pages/AlbumDetailPage.tsx" -> "lib/constants/routes.ts";
  "pages/AlbumDetailPage.tsx" -> "lib/hooks/usePlayer.ts";
  "pages/AlbumDetailPage.tsx" -> "lib/services/storage.ts";
  "pages/AlbumsPage.tsx" -> "components/albums/AlbumCardArchive.tsx";
  "pages/AlbumsPage.tsx" -> "components/albums/FilterSortBar.tsx";
  "pages/AlbumsPage.tsx" -> "components/albums/SearchBar.tsx";
  "pages/AlbumsPage.tsx" -> "components/albums/SingleCard.tsx";
  "pages/AlbumsPage.tsx" -> "components/layout/PageHeader.tsx";
  "pages/AlbumsPage.tsx" -> "lib/hooks/useAuth.ts";
  "pages/AlbumsPage.tsx" -> "lib/services/playlistService.ts";
  "pages/AlbumsPage.tsx" -> "lib/services/storage.ts";
  "pages/AlbumsPage.tsx" -> "types/music.ts";
  "pages/ArtistDashboardPage.tsx" -> "components/artist-dashboard/ArtistStatsCards.tsx";
  "pages/ArtistDashboardPage.tsx" -> "components/artist-dashboard/ArtistWorksTable.tsx";
  "pages/ArtistDashboardPage.tsx" -> "components/artist-dashboard/WorkForm.tsx";
  "pages/ArtistDashboardPage.tsx" -> "components/layout/PageHeader.tsx";
  "pages/ArtistDashboardPage.tsx" -> "components/layout/PageShell.tsx";
  "pages/ArtistDashboardPage.tsx" -> "components/ui/Button.tsx";
  "pages/ArtistDashboardPage.tsx" -> "components/ui/RoleGuard.tsx";
  "pages/ArtistDashboardPage.tsx" -> "lib/hooks/useAuth.ts";
  "pages/ArtistDashboardPage.tsx" -> "lib/services/artistWorkService.ts";
  "pages/ArtistDashboardPage.tsx" -> "types/music.ts";
  "pages/ArtistDashboardPlaceholder.tsx" -> "lib/constants/routes.ts";
  "pages/ArtistPage.tsx" -> "components/artist/ArtistHeader.tsx";
  "pages/ArtistPage.tsx" -> "components/artist/ArtistStatsPanel.tsx";
  "pages/ArtistPage.tsx" -> "components/artist/ArtistWorksList.tsx";
  "pages/ArtistPage.tsx" -> "lib/constants/plans.ts";
  "pages/ArtistPage.tsx" -> "lib/constants/routes.ts";
  "pages/ArtistPage.tsx" -> "lib/hooks/useAuth.ts";
  "pages/ArtistPage.tsx" -> "lib/services/artistService.ts";
  "pages/ArtistPage.tsx" -> "lib/services/userService.ts";
  "pages/ArtistPage.tsx" -> "types/user.ts";
  "pages/EditProfilePage.tsx" -> "components/layout/PageHeader.tsx";
  "pages/EditProfilePage.tsx" -> "components/layout/PageShell.tsx";
  "pages/EditProfilePage.tsx" -> "components/profile/EditProfileForm.tsx";
  "pages/EditProfilePage.tsx" -> "lib/constants/routes.ts";
  "pages/EditProfilePage.tsx" -> "lib/hooks/useAuth.ts";
  "pages/EditProfilePage.tsx" -> "lib/services/userService.ts";
  "pages/ForgotPasswordPage.tsx" -> "components/auth/ForgotPasswordForm.tsx";
  "pages/HomePage.tsx" -> "components/home/AlbumCard.tsx";
  "pages/HomePage.tsx" -> "components/home/EarlyAccessBanner.tsx";
  "pages/HomePage.tsx" -> "components/home/HorizontalCardScroller.tsx";
  "pages/HomePage.tsx" -> "components/home/PlaylistCard.tsx";
  "pages/HomePage.tsx" -> "components/home/SectionHeading.tsx";
  "pages/HomePage.tsx" -> "components/home/SongRow.tsx";
  "pages/HomePage.tsx" -> "lib/constants/routes.ts";
  "pages/HomePage.tsx" -> "lib/hooks/useAuth.ts";
  "pages/HomePage.tsx" -> "lib/services/storage.ts";
  "pages/LoginPage.tsx" -> "components/auth/LoginForm.tsx";
  "pages/NotificationsPage.tsx" -> "components/layout/PageHeader.tsx";
  "pages/NotificationsPage.tsx" -> "components/layout/PageShell.tsx";
  "pages/NotificationsPage.tsx" -> "components/notifications/EmptyNotificationsState.tsx";
  "pages/NotificationsPage.tsx" -> "components/notifications/NotificationList.tsx";
  "pages/NotificationsPage.tsx" -> "components/ui/Button.tsx";
  "pages/NotificationsPage.tsx" -> "lib/hooks/useAuth.ts";
  "pages/NotificationsPage.tsx" -> "lib/services/notificationService.ts";
  "pages/NotificationsPage.tsx" -> "types/notification.ts";
  "pages/PlayerPage.tsx" -> "lib/constants/routes.ts";
  "pages/PlayerPage.tsx" -> "lib/hooks/usePlayer.ts";
  "pages/PlayerPage.tsx" -> "lib/services/storage.ts";
  "pages/PlaylistsPage.tsx" -> "components/layout/PageHeader.tsx";
  "pages/PlaylistsPage.tsx" -> "components/playlists/CreatePlaylistModal.tsx";
  "pages/PlaylistsPage.tsx" -> "components/playlists/EmptyPlaylistState.tsx";
  "pages/PlaylistsPage.tsx" -> "components/playlists/PlaylistCardExpandable.tsx";
  "pages/PlaylistsPage.tsx" -> "components/ui/Button.tsx";
  "pages/PlaylistsPage.tsx" -> "lib/hooks/useAuth.ts";
  "pages/PlaylistsPage.tsx" -> "lib/services/playlistService.ts";
  "pages/PlaylistsPage.tsx" -> "lib/services/storage.ts";
  "pages/PlaylistsPage.tsx" -> "types/music.ts";
  "pages/ProfilePage.tsx" -> "components/profile/ProfileCard.tsx";
  "pages/ProfilePage.tsx" -> "lib/constants/routes.ts";
  "pages/ProfilePage.tsx" -> "lib/hooks/useAuth.ts";
  "pages/ProfilePage.tsx" -> "lib/services/userService.ts";
  "pages/ProfilePage.tsx" -> "types/user.ts";
  "pages/RegisterArtistPage.tsx" -> "components/auth/ArtistRegisterForm.tsx";
  "pages/RegisterPage.tsx" -> "components/auth/RegisterForm.tsx";
  "pages/SettingsPage.tsx" -> "components/layout/PageHeader.tsx";
  "pages/SettingsPage.tsx" -> "components/layout/PageShell.tsx";
  "pages/SettingsPage.tsx" -> "components/settings/DeleteAccountDialog.tsx";
  "pages/SettingsPage.tsx" -> "components/settings/LanguageSettings.tsx";
  "pages/SettingsPage.tsx" -> "components/settings/NotificationSettings.tsx";
  "pages/SettingsPage.tsx" -> "components/settings/SoundSettings.tsx";
  "pages/SettingsPage.tsx" -> "lib/constants/routes.ts";
  "pages/SettingsPage.tsx" -> "lib/hooks/useAuth.ts";
  "pages/SettingsPage.tsx" -> "lib/services/settingsService.ts";
  "pages/SettingsPage.tsx" -> "lib/services/userService.ts";
  "pages/SettingsPage.tsx" -> "types/user.ts";
  "pages/SubscriptionPage.tsx" -> "components/layout/PageHeader.tsx";
  "pages/SubscriptionPage.tsx" -> "components/layout/PageShell.tsx";
  "pages/SubscriptionPage.tsx" -> "components/subscription/PlanCard.tsx";
  "pages/SubscriptionPage.tsx" -> "components/subscription/PlanComparisonTable.tsx";
  "pages/SubscriptionPage.tsx" -> "components/subscription/UpgradeModal.tsx";
  "pages/SubscriptionPage.tsx" -> "lib/hooks/useAuth.ts";
  "pages/SubscriptionPage.tsx" -> "lib/services/subscriptionService.ts";
  "pages/SubscriptionPage.tsx" -> "lib/services/userService.ts";
  "pages/SubscriptionPage.tsx" -> "types/subscription.ts";
  "types/artist.ts" -> "types/music.ts";
  "types/artist.ts" -> "types/user.ts";
  "types/subscription.ts" -> "types/user.ts";
}
